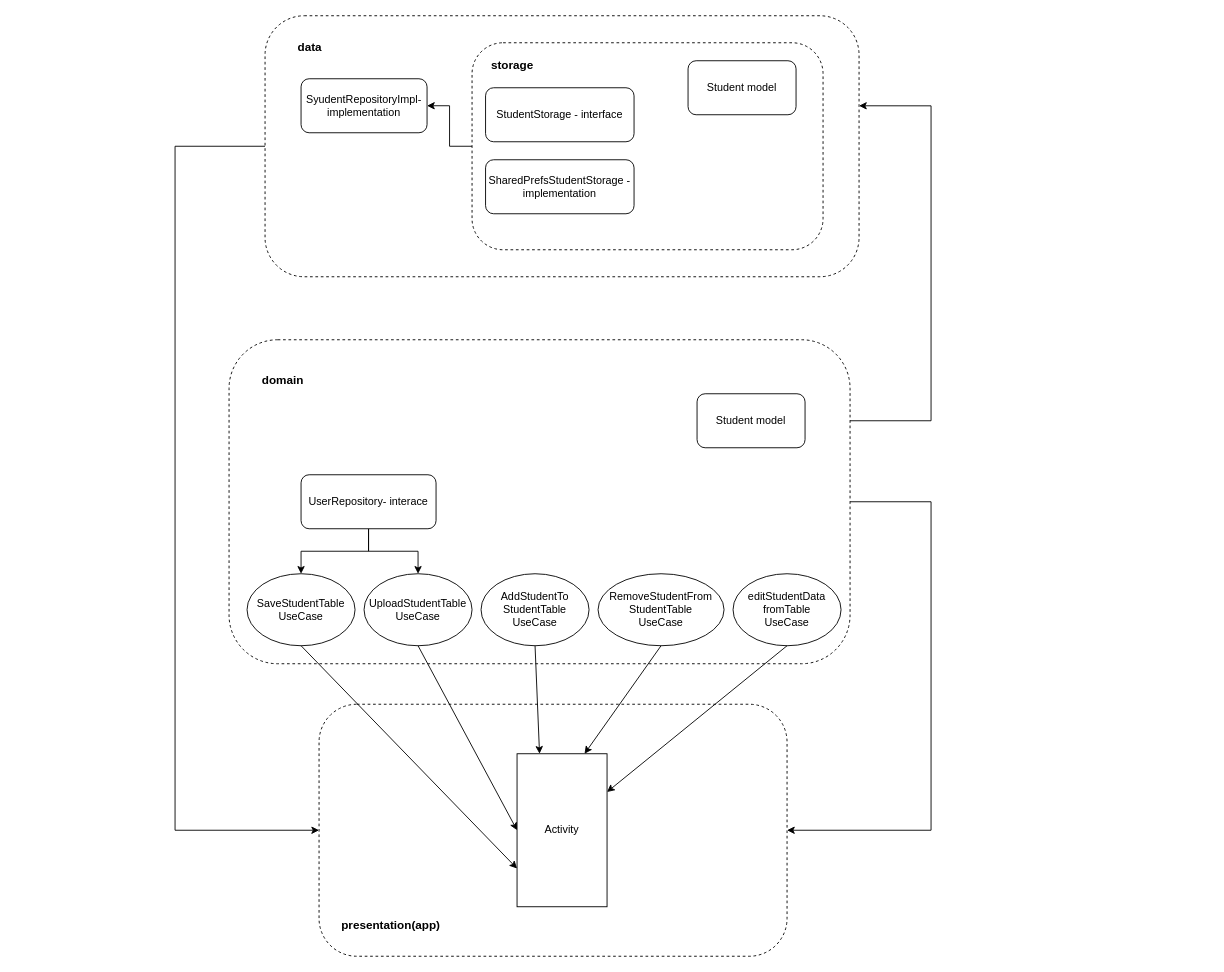
Above: UseCase.drawio in IP-115-Popov/StudentProgressAppMVVMClean (draw.io), before the change. Source tidied: cells renumbered, new cells numbered last; positions are measured from the earlier drawing's top-left corner, leaving out a move shared by most shapes. Both pictures are drawn from the tidied source at 90%, with x=0, y=0 at pixel (175, 15).
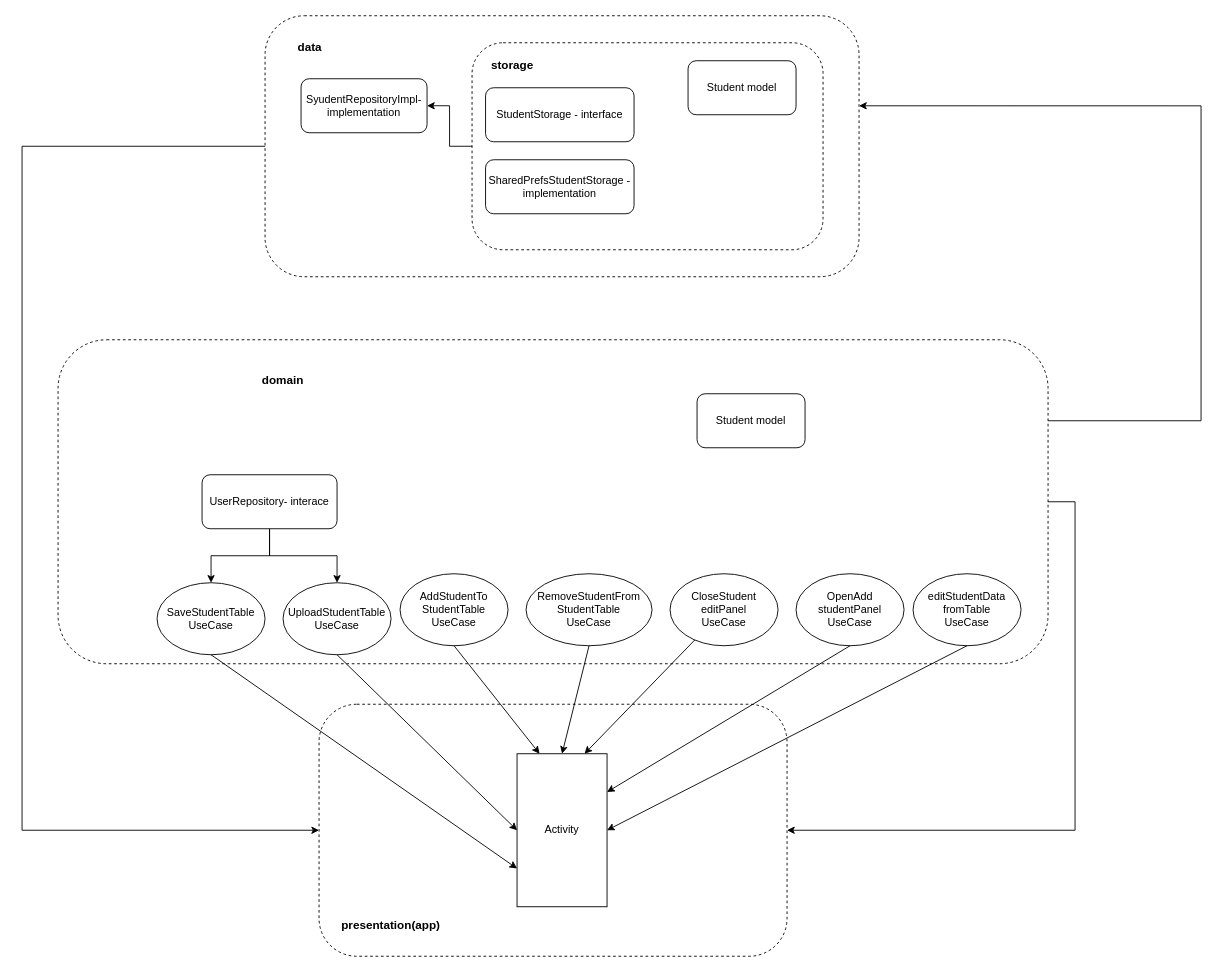
Above is the later version.

Commit message:
Update UseCase diagram

Unchanged cells that the change refers to:
```xml
<mxCell id="5" style="rounded=1;whiteSpace=wrap;html=1;dashed=1;" parent="1" vertex="1">
  <mxGeometry x="100" width="660" height="290" as="geometry" />
</mxCell>
<mxCell id="6" style="rounded=1;whiteSpace=wrap;html=1;dashed=1;" parent="1" vertex="1">
  <mxGeometry x="160" y="765" width="520" height="280" as="geometry" />
</mxCell>
<mxCell id="7" value="Activity" style="rounded=0;whiteSpace=wrap;html=1;" parent="1" vertex="1">
  <mxGeometry x="380" y="820" width="100" height="170" as="geometry" />
</mxCell>
```

The edit, as a diff of the source:
```diff
@@
     <mxCell id="2" style="edgeStyle=orthogonalEdgeStyle;rounded=0;jettySize=auto;html=1;entryX=1;entryY=0.5;entryDx=0;entryDy=0;" parent="1" edge="1" source="3" target="6">
       <mxGeometry relative="1" as="geometry">
         <Array as="points">
-          <mxPoint x="840" y="540" />
-          <mxPoint x="840" y="905" />
+          <mxPoint x="1000" y="540" />
+          <mxPoint x="1000" y="905" />
         </Array>
       </mxGeometry>
     </mxCell>
     <mxCell id="3" style="rounded=1;whiteSpace=wrap;html=1;dashed=1;" parent="1" vertex="1">
-      <mxGeometry x="60" y="360" width="690" height="360" as="geometry" />
+      <mxGeometry x="-130" y="360" width="1100" height="360" as="geometry" />
     </mxCell>
     <mxCell id="4" style="edgeStyle=orthogonalEdgeStyle;rounded=0;jettySize=auto;html=1;entryX=0;entryY=0.5;entryDx=0;entryDy=0;" parent="1" edge="1" source="5" target="6">
       <mxGeometry relative="1" as="geometry">
         <Array as="points">
-          <mxPoint y="145" />
-          <mxPoint y="905" />
+          <mxPoint x="-170" y="145" />
+          <mxPoint x="-170" y="905" />
         </Array>
       </mxGeometry>
     </mxCell>
@@
     <mxCell id="11" value="SaveStudentTable&lt;br&gt;UseCase" style="ellipse;whiteSpace=wrap;html=1;" parent="1" vertex="1">
-      <mxGeometry x="80" y="620" width="120" height="80" as="geometry" />
+      <mxGeometry x="-20" y="630" width="120" height="80" as="geometry" />
     </mxCell>
     <mxCell id="12" value="UploadStudentTable&lt;br&gt;UseCase" style="ellipse;whiteSpace=wrap;html=1;" parent="1" vertex="1">
-      <mxGeometry x="210" y="620" width="120" height="80" as="geometry" />
+      <mxGeometry x="120" y="630" width="120" height="80" as="geometry" />
     </mxCell>
     <mxCell id="13" value="AddStudentTo StudentTable&lt;br&gt;UseCase" style="ellipse;whiteSpace=wrap;html=1;" parent="1" vertex="1">
-      <mxGeometry x="340" y="620" width="120" height="80" as="geometry" />
+      <mxGeometry x="250" y="620" width="120" height="80" as="geometry" />
     </mxCell>
     <mxCell id="14" value="RemoveStudentFrom StudentTable&lt;br&gt;UseCase" style="ellipse;whiteSpace=wrap;html=1;" parent="1" vertex="1">
-      <mxGeometry x="470" y="620" width="140" height="80" as="geometry" />
+      <mxGeometry x="390" y="620" width="140" height="80" as="geometry" />
     </mxCell>
     <mxCell id="15" value="editStudentData fromTable&lt;br&gt;UseCase" style="ellipse;whiteSpace=wrap;html=1;" parent="1" vertex="1">
-      <mxGeometry x="620" y="620" width="120" height="80" as="geometry" />
+      <mxGeometry x="820" y="620" width="120" height="80" as="geometry" />
     </mxCell>
@@
-    <mxCell id="19" style="endArrow=classic;html=1;rounded=0;exitX=0.5;exitY=1;exitDx=0;exitDy=0;entryX=0.75;entryY=0;entryDx=0;entryDy=0;" parent="1" edge="1" source="14" target="7">
+    <mxCell id="19" style="endArrow=classic;html=1;rounded=0;exitX=0.5;exitY=1;exitDx=0;exitDy=0;entryX=0.5;entryY=0;entryDx=0;entryDy=0;" parent="1" edge="1" source="14" target="7">
       <mxGeometry relative="1" as="geometry" />
     </mxCell>
-    <mxCell id="20" style="endArrow=classic;html=1;rounded=0;exitX=0.5;exitY=1;exitDx=0;exitDy=0;entryX=1;entryY=0.25;entryDx=0;entryDy=0;" parent="1" edge="1" source="15" target="7">
+    <mxCell id="20" style="endArrow=classic;html=1;rounded=0;exitX=0.5;exitY=1;exitDx=0;exitDy=0;entryX=1;entryY=0.5;entryDx=0;entryDy=0;" parent="1" edge="1" source="15" target="7">
       <mxGeometry relative="1" as="geometry" />
     </mxCell>
@@
     <mxCell id="23" value="UserRepository- interace" style="rounded=1;whiteSpace=wrap;html=1;" parent="1" vertex="1">
-      <mxGeometry x="140" y="510" width="150" height="60" as="geometry" />
+      <mxGeometry x="30" y="510" width="150" height="60" as="geometry" />
     </mxCell>
@@
     <mxCell id="32" style="edgeStyle=orthogonalEdgeStyle;rounded=0;jettySize=auto;html=1;exitX=1;exitY=0.25;exitDx=0;exitDy=0;entryX=1;entryY=0.345;entryDx=0;entryDy=0;entryPerimeter=0;" parent="1" edge="1" source="3" target="5">
       <mxGeometry relative="1" as="geometry">
         <Array as="points">
-          <mxPoint x="840" y="450" />
-          <mxPoint x="840" y="100" />
+          <mxPoint x="1140" y="450" />
+          <mxPoint x="1140" y="100" />
         </Array>
       </mxGeometry>
     </mxCell>
+    <mxCell id="33" value="CloseStudent editPanel&lt;br&gt;UseCase" style="ellipse;whiteSpace=wrap;html=1;" parent="1" vertex="1">
+      <mxGeometry x="550" y="620" width="120" height="80" as="geometry" />
+    </mxCell>
+    <mxCell id="34" value="OpenAdd studentPanel&lt;br&gt;UseCase" style="ellipse;whiteSpace=wrap;html=1;" parent="1" vertex="1">
+      <mxGeometry x="690" y="620" width="120" height="80" as="geometry" />
+    </mxCell>
+    <mxCell id="35" style="endArrow=classic;html=1;rounded=0;entryX=0.75;entryY=0;entryDx=0;entryDy=0;" parent="1" edge="1" source="33" target="7">
+      <mxGeometry relative="1" as="geometry" />
+    </mxCell>
+    <mxCell id="36" style="endArrow=classic;html=1;rounded=0;exitX=0.5;exitY=1;exitDx=0;exitDy=0;entryX=1;entryY=0.25;entryDx=0;entryDy=0;" parent="1" edge="1" source="34" target="7">
+      <mxGeometry relative="1" as="geometry" />
+    </mxCell>
```
